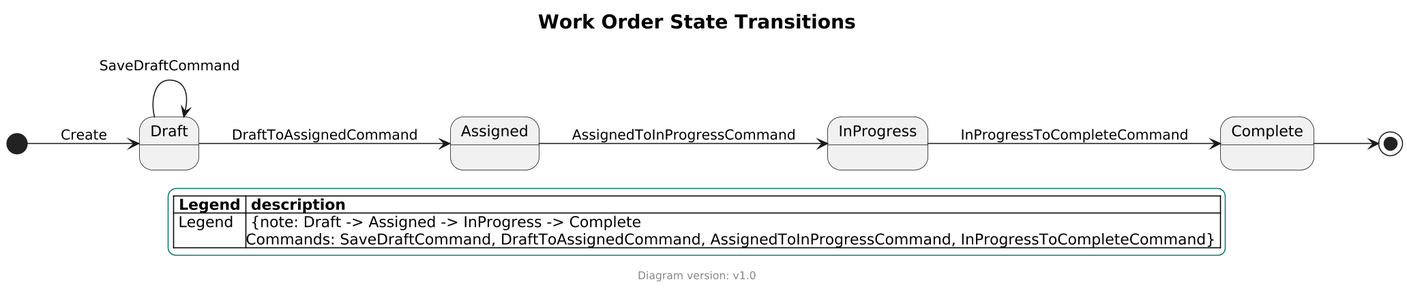
This is arch/arch-state-workorder.png from clearmeasure-aisf-sample-apps/cmdemo1-workorders, a PlantUML export, as it was before one commit. The source it was exported from:
```plantuml
@startuml
!includeurl https://raw.githubusercontent.com/ClearMeasureLabs/bootcamp-palermo-workorders/docs/architecture-enhancements/arch/templates/plantuml-theme.puml

title Work Order State Transitions

left to right direction

[*] --> Draft : Create

Draft --> Draft : SaveDraftCommand
Draft --> Assigned : DraftToAssignedCommand

Assigned --> InProgress : AssignedToInProgressCommand

InProgress --> Complete : InProgressToCompleteCommand

Complete --> [*]

LEGEND("Legend","Draft -> Assigned -> InProgress -> Complete\nCommands: SaveDraftCommand, DraftToAssignedCommand, AssignedToInProgressCommand, InProgressToCompleteCommand")
FOOTER()
@enduml
```
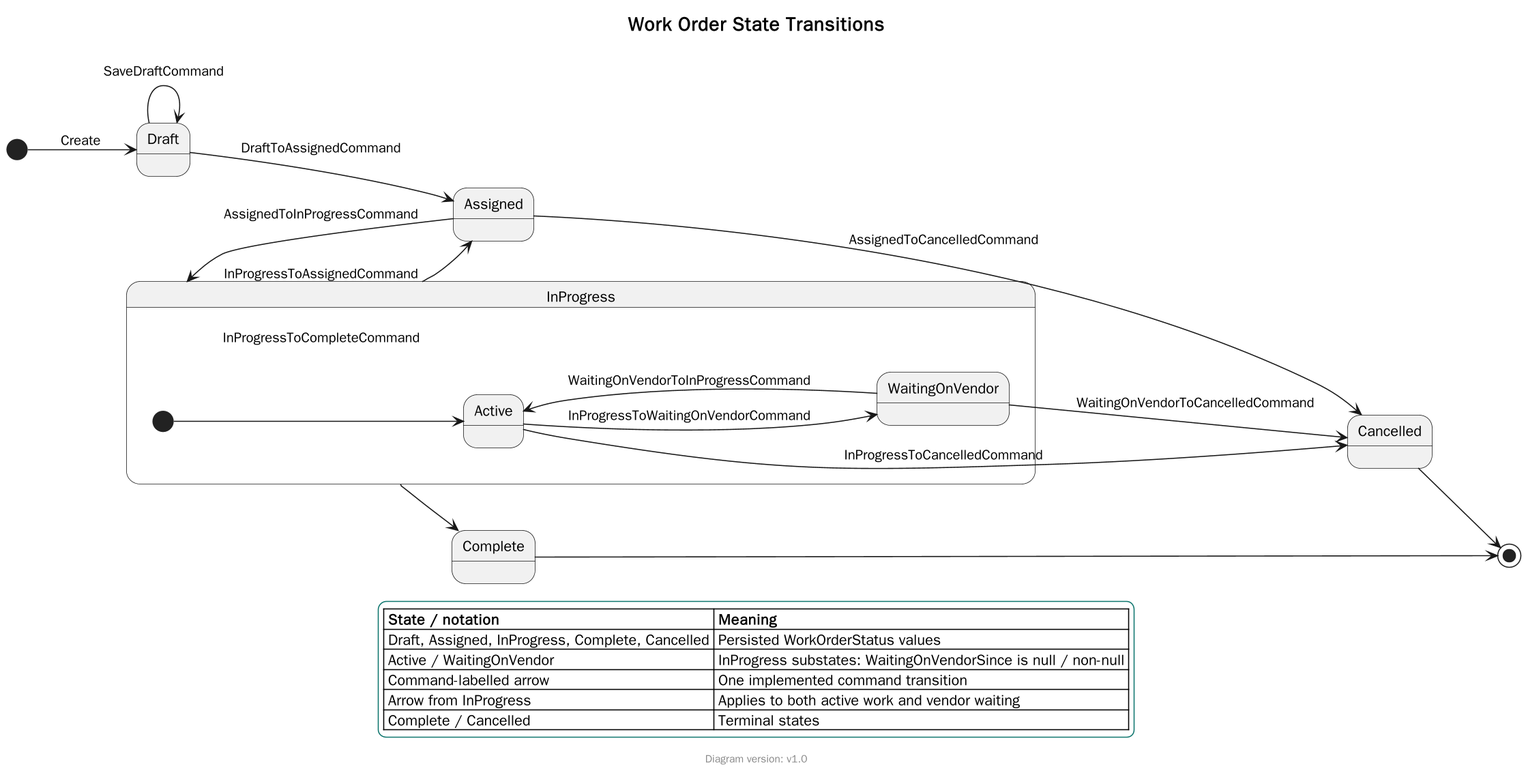
Later version of the same file.

Commit message:
Docs: update work order state transitions and renders (#340)

Diff of the diagram source:
```diff
@@ -1,9 +1,18 @@
 @startuml
-!includeurl https://raw.githubusercontent.com/ClearMeasureLabs/bootcamp-palermo-workorders/docs/architecture-enhancements/arch/templates/plantuml-theme.puml
+!include templates/plantuml-theme.puml
 
 title Work Order State Transitions
 
 left to right direction
+
+state InProgress {
+    state "Active" as ActiveInProgress
+    state WaitingOnVendor
+
+    [*] --> ActiveInProgress
+    ActiveInProgress --> WaitingOnVendor : InProgressToWaitingOnVendorCommand
+    WaitingOnVendor --> ActiveInProgress : WaitingOnVendorToInProgressCommand
+}
 
 [*] --> Draft : Create
 
@@ -11,11 +20,23 @@
 Draft --> Assigned : DraftToAssignedCommand
 
 Assigned --> InProgress : AssignedToInProgressCommand
+Assigned --> Cancelled : AssignedToCancelledCommand
 
 InProgress --> Complete : InProgressToCompleteCommand
+InProgress --> Assigned : InProgressToAssignedCommand
+ActiveInProgress --> Cancelled : InProgressToCancelledCommand
+WaitingOnVendor --> Cancelled : WaitingOnVendorToCancelledCommand
 
 Complete --> [*]
+Cancelled --> [*]
 
-LEGEND("Legend","Draft -> Assigned -> InProgress -> Complete\nCommands: SaveDraftCommand, DraftToAssignedCommand, AssignedToInProgressCommand, InProgressToCompleteCommand")
+legend bottom
+    |= State / notation |= Meaning |
+    | Draft, Assigned, InProgress, Complete, Cancelled | Persisted WorkOrderStatus values |
+    | Active / WaitingOnVendor | InProgress substates: WaitingOnVendorSince is null / non-null |
+    | Command-labelled arrow | One implemented command transition |
+    | Arrow from InProgress | Applies to both active work and vendor waiting |
+    | Complete / Cancelled | Terminal states |
+endlegend
 FOOTER()
 @enduml
```
